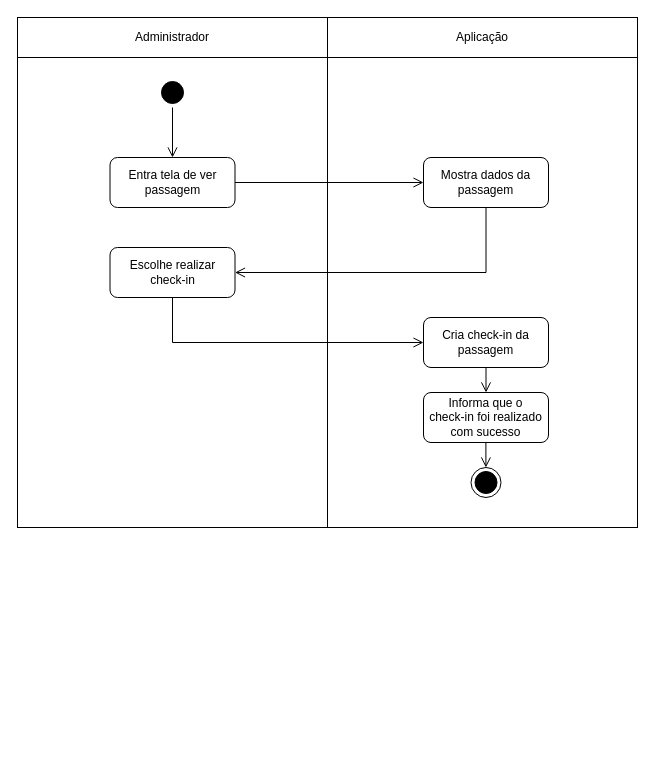
Above: Diagramas/Eng_de_Software/Modelos/Atividade/Realizar_Check_In_Administrador.drawio in GabrielGMori/trabalho-conclus-o-ano (draw.io), before the change. Source tidied: cells renumbered, new cells numbered last; positions are measured from the earlier drawing's top-left corner, leaving out a move shared by most shapes. Both pictures are drawn from the tidied source at 100%, with x=0, y=0 at pixel (17, 17).
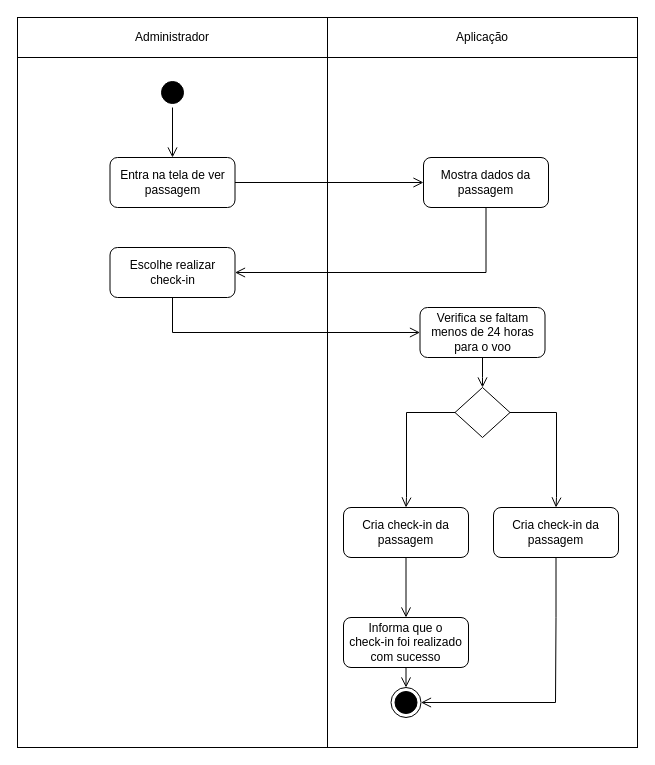
Above is the later version.

The change refers to these unchanged cells:
```xml
<mxCell id="9" value="Mostra dados da passagem" style="rounded=1;whiteSpace=wrap;html=1;" parent="1" vertex="1">
  <mxGeometry x="406" y="140" width="125" height="50" as="geometry" />
</mxCell>
<mxCell id="11" value="&lt;div&gt;Escolhe realizar&lt;/div&gt;&lt;div&gt;check-in&lt;/div&gt;" style="rounded=1;whiteSpace=wrap;html=1;" parent="1" vertex="1">
  <mxGeometry x="92.5" y="230" width="125" height="50" as="geometry" />
</mxCell>
```

What changed in the source:
```diff
@@
-    <mxCell id="2" style="rounded=0;whiteSpace=wrap;html=1;" parent="1" vertex="1">
-      <mxGeometry y="40" width="310" height="470" as="geometry" />
-    </mxCell>
-    <mxCell id="3" style="rounded=0;whiteSpace=wrap;html=1;" parent="1" vertex="1">
-      <mxGeometry x="310" y="40" width="310" height="470" as="geometry" />
-    </mxCell>
+    <mxCell id="19" style="rounded=0;whiteSpace=wrap;html=1;" parent="1" vertex="1">
+      <mxGeometry y="40" width="310" height="690" as="geometry" />
+    </mxCell>
+    <mxCell id="20" style="rounded=0;whiteSpace=wrap;html=1;" parent="1" vertex="1">
+      <mxGeometry x="310" y="40" width="310" height="690" as="geometry" />
+    </mxCell>
@@
-    <mxCell id="6" style="ellipse;html=1;shape=startState;fillColor=#000000;strokeColor=#000000;" parent="1" vertex="1">
-      <mxGeometry x="140" y="60" width="30" height="30" as="geometry" />
-    </mxCell>
-    <mxCell id="7" style="edgeStyle=orthogonalEdgeStyle;html=1;verticalAlign=bottom;endArrow=open;endSize=8;strokeColor=#000000;rounded=0;entryX=0.5;entryY=0;entryDx=0;entryDy=0;" parent="1" edge="1" source="6" target="8">
-      <mxGeometry relative="1" as="geometry" />
-    </mxCell>
-    <mxCell id="8" value="Entra tela de ver passagem" style="rounded=1;whiteSpace=wrap;html=1;" parent="1" vertex="1">
-      <mxGeometry x="92.5" y="140" width="125" height="50" as="geometry" />
-    </mxCell>
+    <mxCell id="21" style="ellipse;html=1;shape=startState;fillColor=#000000;strokeColor=#000000;" parent="1" vertex="1">
+      <mxGeometry x="140" y="60" width="30" height="30" as="geometry" />
+    </mxCell>
+    <mxCell id="22" style="edgeStyle=orthogonalEdgeStyle;html=1;verticalAlign=bottom;endArrow=open;endSize=8;strokeColor=#000000;rounded=0;entryX=0.5;entryY=0;entryDx=0;entryDy=0;" parent="1" edge="1" source="21" target="23">
+      <mxGeometry relative="1" as="geometry" />
+    </mxCell>
+    <mxCell id="23" value="Entra na tela de ver passagem" style="rounded=1;whiteSpace=wrap;html=1;" parent="1" vertex="1">
+      <mxGeometry x="92.5" y="140" width="125" height="50" as="geometry" />
+    </mxCell>
@@
-    <mxCell id="10" style="edgeStyle=orthogonalEdgeStyle;html=1;verticalAlign=bottom;endArrow=open;endSize=8;strokeColor=#000000;rounded=0;entryX=0;entryY=0.5;entryDx=0;entryDy=0;exitX=1;exitY=0.5;exitDx=0;exitDy=0;" parent="1" edge="1" source="8" target="9">
-      <mxGeometry relative="1" as="geometry" />
-    </mxCell>
+    <mxCell id="24" style="edgeStyle=orthogonalEdgeStyle;html=1;verticalAlign=bottom;endArrow=open;endSize=8;strokeColor=#000000;rounded=0;entryX=0;entryY=0.5;entryDx=0;entryDy=0;exitX=1;exitY=0.5;exitDx=0;exitDy=0;" parent="1" edge="1" source="23" target="9">
+      <mxGeometry relative="1" as="geometry" />
+    </mxCell>
@@
-    <mxCell id="13" value="Cria check-in da passagem" style="rounded=1;whiteSpace=wrap;html=1;" parent="1" vertex="1">
-      <mxGeometry x="406" y="300" width="125" height="50" as="geometry" />
-    </mxCell>
-    <mxCell id="14" style="edgeStyle=orthogonalEdgeStyle;html=1;verticalAlign=bottom;endArrow=open;endSize=8;strokeColor=#000000;rounded=0;entryX=0;entryY=0.5;entryDx=0;entryDy=0;exitX=0.5;exitY=1;exitDx=0;exitDy=0;" parent="1" edge="1" source="11" target="13">
-      <mxGeometry relative="1" as="geometry" />
-    </mxCell>
-    <mxCell id="15" style="edgeStyle=orthogonalEdgeStyle;html=1;verticalAlign=bottom;endArrow=open;endSize=8;strokeColor=#000000;rounded=0;entryX=0.5;entryY=0;entryDx=0;entryDy=0;exitX=0.5;exitY=1;exitDx=0;exitDy=0;" parent="1" edge="1" source="13" target="17">
-      <mxGeometry relative="1" as="geometry" />
-    </mxCell>
-    <mxCell id="16" style="ellipse;html=1;shape=endState;fillColor=#000000;strokeColor=#000000;" parent="1" vertex="1">
-      <mxGeometry x="453.5" y="450" width="30" height="30" as="geometry" />
-    </mxCell>
+    <mxCell id="25" value="Cria check-in da passagem" style="rounded=1;whiteSpace=wrap;html=1;" parent="1" vertex="1">
+      <mxGeometry x="326" y="490" width="125" height="50" as="geometry" />
+    </mxCell>
+    <mxCell id="26" style="edgeStyle=orthogonalEdgeStyle;html=1;verticalAlign=bottom;endArrow=open;endSize=8;strokeColor=#000000;rounded=0;entryX=0;entryY=0.5;entryDx=0;entryDy=0;exitX=0.5;exitY=1;exitDx=0;exitDy=0;" parent="1" edge="1" source="11" target="35">
+      <mxGeometry relative="1" as="geometry" />
+    </mxCell>
+    <mxCell id="27" style="edgeStyle=orthogonalEdgeStyle;html=1;verticalAlign=bottom;endArrow=open;endSize=8;strokeColor=#000000;rounded=0;entryX=0.5;entryY=0;entryDx=0;entryDy=0;exitX=0.5;exitY=1;exitDx=0;exitDy=0;" parent="1" edge="1" source="25" target="17">
+      <mxGeometry relative="1" as="geometry" />
+    </mxCell>
+    <mxCell id="28" style="ellipse;html=1;shape=endState;fillColor=#000000;strokeColor=#000000;" parent="1" vertex="1">
+      <mxGeometry x="373.5" y="670" width="30" height="30" as="geometry" />
+    </mxCell>
     <mxCell id="17" value="&lt;div&gt;Informa que o&lt;/div&gt;&lt;div&gt;check-in foi realizado com sucesso&lt;/div&gt;" style="rounded=1;whiteSpace=wrap;html=1;" parent="1" vertex="1">
-      <mxGeometry x="406" y="375" width="125" height="50" as="geometry" />
+      <mxGeometry x="326" y="600" width="125" height="50" as="geometry" />
     </mxCell>
-    <mxCell id="18" style="edgeStyle=orthogonalEdgeStyle;html=1;verticalAlign=bottom;endArrow=open;endSize=8;strokeColor=#000000;rounded=0;entryX=0.5;entryY=0;entryDx=0;entryDy=0;exitX=0.5;exitY=1;exitDx=0;exitDy=0;" parent="1" edge="1">
-      <mxGeometry relative="1" as="geometry">
-        <mxPoint x="468.4" y="425" as="sourcePoint" />
-        <mxPoint x="468.4" y="450" as="targetPoint" />
-      </mxGeometry>
-    </mxCell>
+    <mxCell id="29" style="edgeStyle=orthogonalEdgeStyle;html=1;verticalAlign=bottom;endArrow=open;endSize=8;strokeColor=#000000;rounded=0;entryX=0.5;entryY=0;entryDx=0;entryDy=0;exitX=0.5;exitY=1;exitDx=0;exitDy=0;" parent="1" edge="1" source="17" target="28">
+      <mxGeometry relative="1" as="geometry" />
+    </mxCell>
+    <mxCell id="30" style="rhombus;whiteSpace=wrap;html=1;" parent="1" vertex="1">
+      <mxGeometry x="437.5" y="370" width="55" height="50" as="geometry" />
+    </mxCell>
+    <mxCell id="31" style="edgeStyle=orthogonalEdgeStyle;html=1;verticalAlign=bottom;endArrow=open;endSize=8;strokeColor=#000000;rounded=0;entryX=0.5;entryY=0;entryDx=0;entryDy=0;exitX=0;exitY=0.5;exitDx=0;exitDy=0;" parent="1" edge="1" source="30" target="25">
+      <mxGeometry relative="1" as="geometry">
+        <Array as="points">
+          <mxPoint x="389" y="395" />
+          <mxPoint x="389" y="480" />
+          <mxPoint x="389" y="480" />
+        </Array>
+      </mxGeometry>
+    </mxCell>
+    <mxCell id="32" value="Cria check-in da passagem" style="rounded=1;whiteSpace=wrap;html=1;" parent="1" vertex="1">
+      <mxGeometry x="476" y="490" width="125" height="50" as="geometry" />
+    </mxCell>
+    <mxCell id="33" style="edgeStyle=orthogonalEdgeStyle;html=1;verticalAlign=bottom;endArrow=open;endSize=8;strokeColor=#000000;rounded=0;entryX=0.5;entryY=0;entryDx=0;entryDy=0;exitX=1;exitY=0.5;exitDx=0;exitDy=0;" parent="1" edge="1" source="30" target="32">
+      <mxGeometry relative="1" as="geometry">
+        <Array as="points">
+          <mxPoint x="539" y="395" />
+          <mxPoint x="539" y="480" />
+          <mxPoint x="539" y="480" />
+        </Array>
+      </mxGeometry>
+    </mxCell>
+    <mxCell id="34" style="edgeStyle=orthogonalEdgeStyle;html=1;verticalAlign=bottom;endArrow=open;endSize=8;strokeColor=#000000;rounded=0;entryX=1;entryY=0.5;entryDx=0;entryDy=0;exitX=0.5;exitY=1;exitDx=0;exitDy=0;" parent="1" edge="1" source="32" target="28">
+      <mxGeometry relative="1" as="geometry">
+        <Array as="points">
+          <mxPoint x="538" y="600" />
+          <mxPoint x="538" y="685" />
+        </Array>
+      </mxGeometry>
+    </mxCell>
+    <mxCell id="35" value="Verifica se faltam menos de 24 horas para o voo" style="rounded=1;whiteSpace=wrap;html=1;" parent="1" vertex="1">
+      <mxGeometry x="402.5" y="290" width="125" height="50" as="geometry" />
+    </mxCell>
+    <mxCell id="36" style="edgeStyle=orthogonalEdgeStyle;html=1;verticalAlign=bottom;endArrow=open;endSize=8;strokeColor=#000000;rounded=0;exitX=0.5;exitY=1;exitDx=0;exitDy=0;entryX=0.5;entryY=0;entryDx=0;entryDy=0;" parent="1" edge="1" source="35" target="30">
+      <mxGeometry relative="1" as="geometry">
+        <Array as="points">
+          <mxPoint x="465" y="360" />
+          <mxPoint x="465" y="360" />
+        </Array>
+      </mxGeometry>
+    </mxCell>
```
